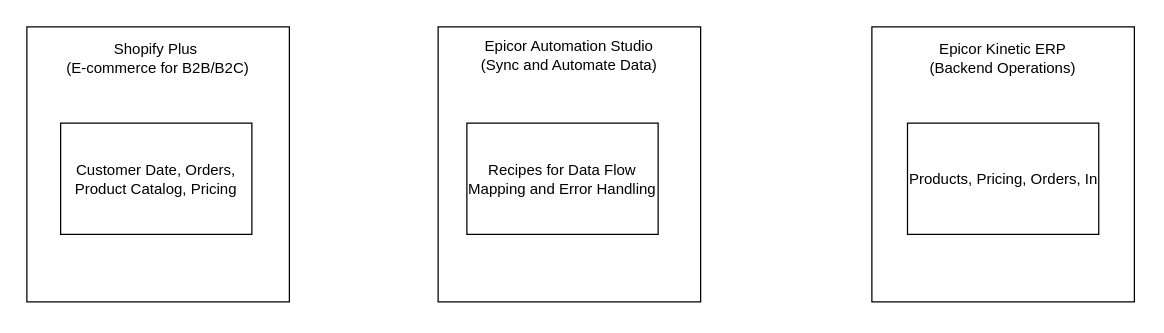
Before: Fluidra Project Diagrams.drawio in alexrsunrise/diagrams, a draw.io diagram. Source tidied: cells renumbered, new cells numbered last; positions are measured from the earlier drawing's top-left corner, leaving out a move shared by most shapes. Both pictures are drawn from the tidied source at 125%, with x=0, y=0 at pixel (26, 26).
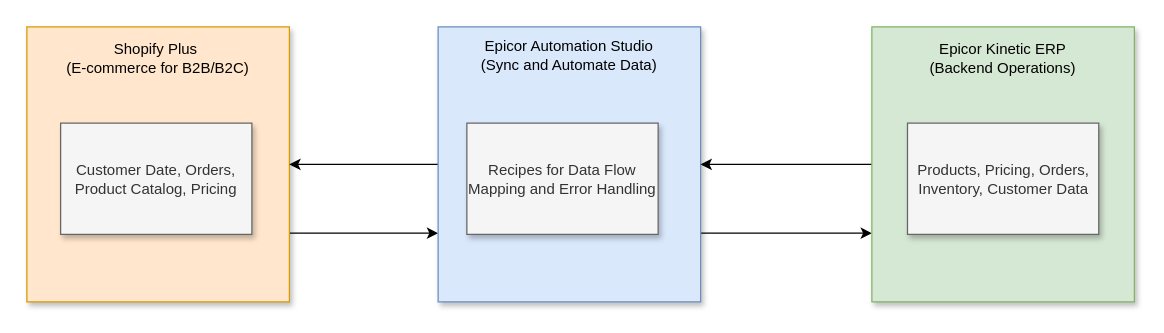
After the change.

Diff of the diagram source:
```diff
@@
 <mxGraphModel>
   <root>
     <mxCell id="0" />
     <mxCell id="1" parent="0" />
+    <mxCell id="11" style="edgeStyle=orthogonalEdgeStyle;rounded=0;jettySize=auto;html=1;exitX=1;exitY=0.75;exitDx=0;exitDy=0;entryX=0;entryY=0.75;entryDx=0;entryDy=0;" parent="1" edge="1" source="2" target="3">
+      <mxGeometry relative="1" as="geometry" />
+    </mxCell>
-    <mxCell id="2" style="rounded=0;whiteSpace=wrap;html=1;" parent="1" vertex="1">
+    <mxCell id="2" style="rounded=0;whiteSpace=wrap;html=1;fillColor=#ffe6cc;strokeColor=#d79b00;shadow=1;" parent="1" vertex="1">
       <mxGeometry width="210" height="220" as="geometry" />
     </mxCell>
+    <mxCell id="12" style="edgeStyle=orthogonalEdgeStyle;rounded=0;jettySize=auto;html=1;exitX=1;exitY=0.75;exitDx=0;exitDy=0;entryX=0;entryY=0.75;entryDx=0;entryDy=0;" parent="1" edge="1" source="3" target="4">
+      <mxGeometry relative="1" as="geometry" />
+    </mxCell>
+    <mxCell id="13" style="edgeStyle=orthogonalEdgeStyle;rounded=0;jettySize=auto;html=1;exitX=0;exitY=0.5;exitDx=0;exitDy=0;entryX=1;entryY=0.5;entryDx=0;entryDy=0;" parent="1" edge="1" source="3" target="2">
+      <mxGeometry relative="1" as="geometry" />
+    </mxCell>
-    <mxCell id="3" style="rounded=0;whiteSpace=wrap;html=1;" parent="1" vertex="1">
+    <mxCell id="3" style="rounded=0;whiteSpace=wrap;html=1;fillColor=#dae8fc;strokeColor=#6c8ebf;shadow=1;" parent="1" vertex="1">
       <mxGeometry x="329" width="210" height="220" as="geometry" />
     </mxCell>
+    <mxCell id="14" style="edgeStyle=orthogonalEdgeStyle;rounded=0;jettySize=auto;html=1;exitX=0;exitY=0.5;exitDx=0;exitDy=0;entryX=1;entryY=0.5;entryDx=0;entryDy=0;" parent="1" edge="1" source="4" target="3">
+      <mxGeometry relative="1" as="geometry" />
+    </mxCell>
-    <mxCell id="4" style="rounded=0;whiteSpace=wrap;html=1;" parent="1" vertex="1">
+    <mxCell id="4" style="rounded=0;whiteSpace=wrap;html=1;fillColor=#d5e8d4;strokeColor=#82b366;shadow=1;" parent="1" vertex="1">
       <mxGeometry x="676" width="210" height="220" as="geometry" />
     </mxCell>
-    <mxCell id="5" value="Customer Date, Orders, Product Catalog, Pricing" style="rounded=0;whiteSpace=wrap;html=1;" parent="1" vertex="1">
+    <mxCell id="5" value="Customer Date, Orders, Product Catalog, Pricing" style="rounded=0;whiteSpace=wrap;html=1;fillColor=#f5f5f5;strokeColor=#666666;shadow=1;fontColor=#333333;" parent="1" vertex="1">
       <mxGeometry x="27" y="77" width="153" height="89" as="geometry" />
     </mxCell>
-    <mxCell id="6" value="Recipes for Data Flow Mapping and Error Handling" style="rounded=0;whiteSpace=wrap;html=1;" parent="1" vertex="1">
+    <mxCell id="6" value="Recipes for Data Flow Mapping and Error Handling" style="rounded=0;whiteSpace=wrap;html=1;fillColor=#f5f5f5;fontColor=#333333;strokeColor=#666666;shadow=1;" parent="1" vertex="1">
       <mxGeometry x="352" y="77" width="153" height="89" as="geometry" />
     </mxCell>
-    <mxCell id="7" value="Products, Pricing, Orders, In" style="rounded=0;whiteSpace=wrap;html=1;" parent="1" vertex="1">
+    <mxCell id="7" value="Products, Pricing, Orders, Inventory, Customer Data" style="rounded=0;whiteSpace=wrap;html=1;fillColor=#f5f5f5;fontColor=#333333;strokeColor=#666666;shadow=1;" parent="1" vertex="1">
       <mxGeometry x="704.5" y="77" width="153" height="89" as="geometry" />
     </mxCell>
     <mxCell id="8" value="Shopify Plus&amp;nbsp;&lt;div&gt;(E-commerce for B2B/B2C)&lt;/div&gt;" style="text;html=1;align=center;verticalAlign=middle;whiteSpace=wrap;rounded=0;fontStyle=0;" parent="1" vertex="1">
       <mxGeometry x="22" y="10" width="166" height="30" as="geometry" />
     </mxCell>
     <mxCell id="9" value="Epicor Automation Studio&lt;div&gt;(Sync and Automate Data)&lt;/div&gt;" style="text;html=1;align=center;verticalAlign=middle;whiteSpace=wrap;rounded=0;fontStyle=0;" parent="1" vertex="1">
       <mxGeometry x="351" y="8" width="166" height="30" as="geometry" />
     </mxCell>
-    <mxCell id="10" value="Epicor Kinetic ERP&lt;div&gt;(Backend Operations)&lt;/div&gt;" style="text;html=1;align=center;verticalAlign=middle;whiteSpace=wrap;rounded=0;fontStyle=0;" parent="1" vertex="1">
+    <mxCell id="10" value="Epicor Kinetic ERP&lt;div&gt;(Backend Operations)&lt;/div&gt;" style="text;html=1;align=center;verticalAlign=middle;whiteSpace=wrap;rounded=0;fontStyle=0;shadow=0;" parent="1" vertex="1">
       <mxGeometry x="698" y="10" width="166" height="30" as="geometry" />
     </mxCell>
   </root>
 </mxGraphModel>
```
